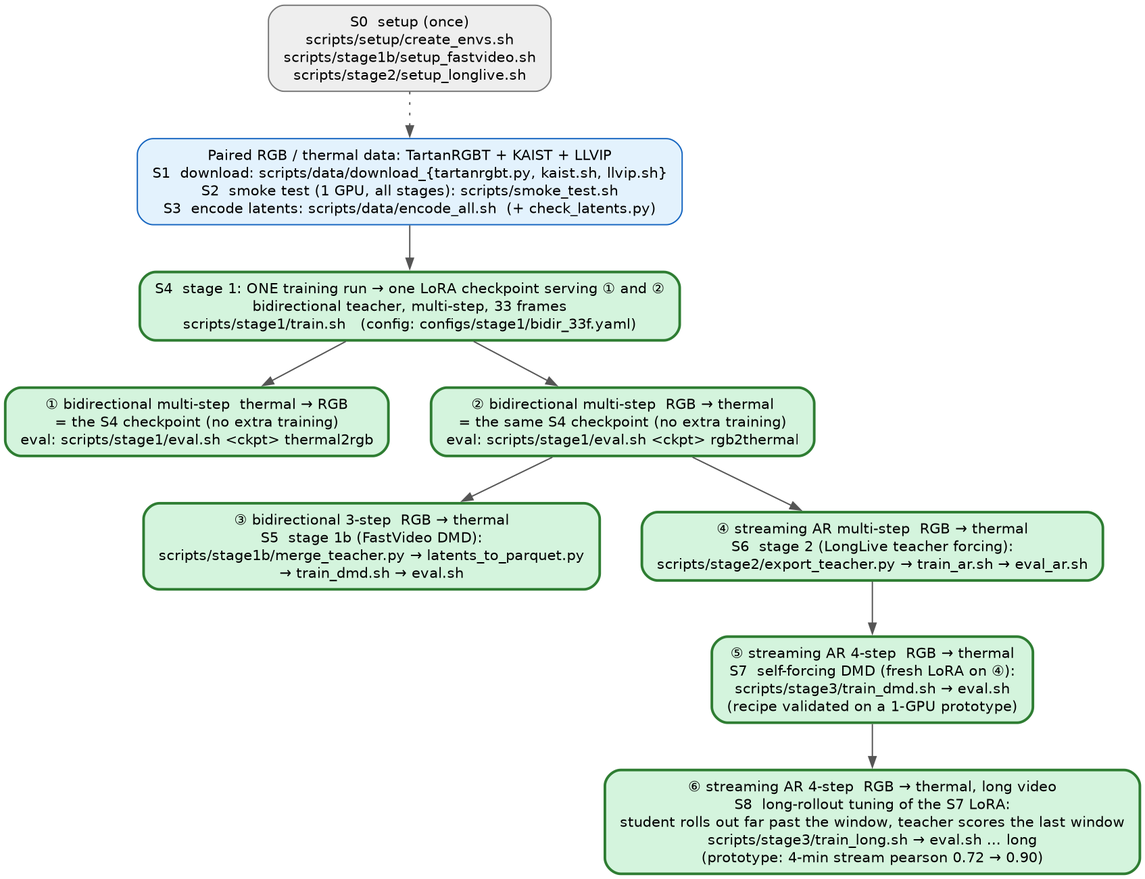
The Graphviz diagram assets/model_tree.png in Greenery-S/thermal_v2v, before a commit. Its source is kept beside it as assets/model_tree.dot.
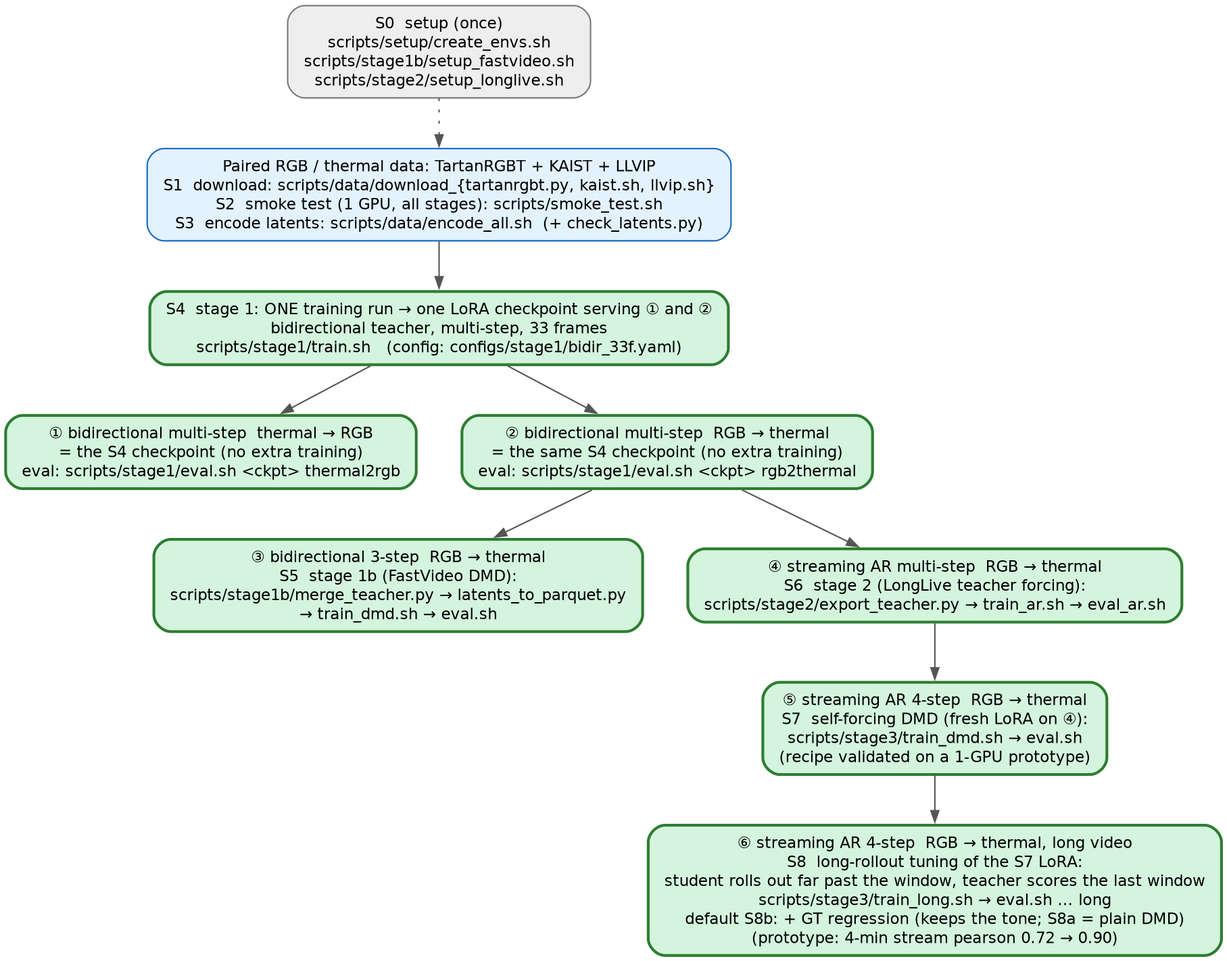
The same diagram one commit later.

The edit, as a diff of the source:
```diff
@@ -10,7 +10,7 @@
   FS  [label="③ bidirectional 3-step  RGB → thermal\nS5  stage 1b (FastVideo DMD):\nscripts/stage1b/merge_teacher.py → latents_to_parquet.py\n→ train_dmd.sh → eval.sh", fillcolor="#d4f4dd", color="#2e7d32", penwidth=2];
   AR  [label="④ streaming AR multi-step  RGB → thermal\nS6  stage 2 (LongLive teacher forcing):\nscripts/stage2/export_teacher.py → train_ar.sh → eval_ar.sh", fillcolor="#d4f4dd", color="#2e7d32", penwidth=2];
   SF  [label="⑤ streaming AR 4-step  RGB → thermal\nS7  self-forcing DMD (fresh LoRA on ④):\nscripts/stage3/train_dmd.sh → eval.sh\n(recipe validated on a 1-GPU prototype)", fillcolor="#d4f4dd", color="#2e7d32", penwidth=2];
-  LR  [label="⑥ streaming AR 4-step  RGB → thermal, long video\nS8  long-rollout tuning of the S7 LoRA:\nstudent rolls out far past the window, teacher scores the last window\nscripts/stage3/train_long.sh → eval.sh … long\n(prototype: 4-min stream pearson 0.72 → 0.90)", fillcolor="#d4f4dd", color="#2e7d32", penwidth=2];
+  LR  [label="⑥ streaming AR 4-step  RGB → thermal, long video\nS8  long-rollout tuning of the S7 LoRA:\nstudent rolls out far past the window, teacher scores the last window\nscripts/stage3/train_long.sh → eval.sh … long\ndefault S8b: + GT regression (keeps the tone; S8a = plain DMD)\n(prototype: 4-min stream pearson 0.72 → 0.90)", fillcolor="#d4f4dd", color="#2e7d32", penwidth=2];
   S0 -> D [style=dotted]; D -> B; B -> T2R; B -> R2T; R2T -> FS; R2T -> AR;
   AR -> SF; SF -> LR;
 }
```
